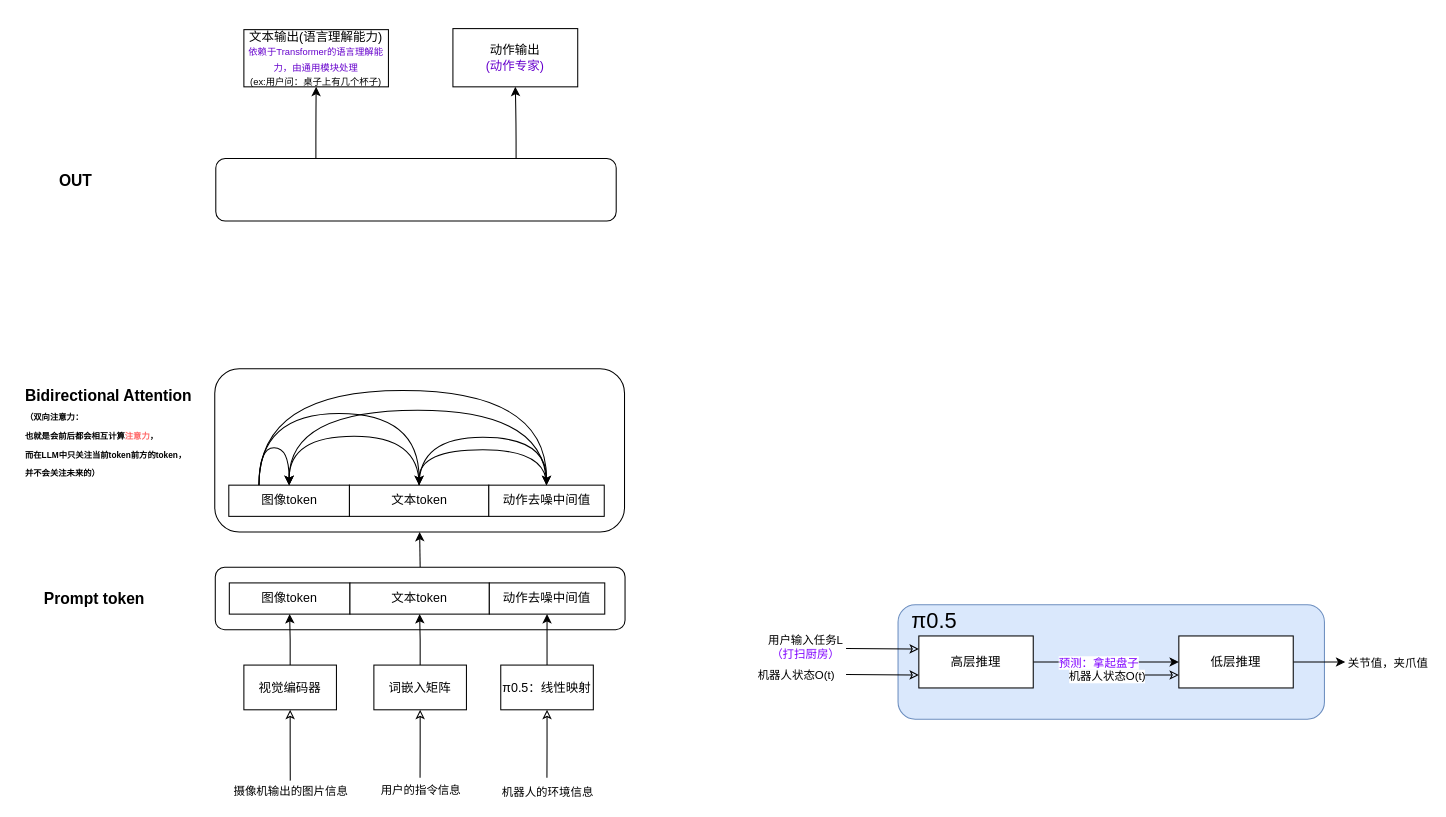
This is LLM/π0.5-a Vision-Language-Action Model with Open-World Generalization.drawio from mailonghua/drawio, a draw.io file, before an edit. Source tidied: cells renumbered, new cells numbered last; positions are measured from the earlier drawing's top-left corner, leaving out a move shared by most shapes. Both pictures are drawn from the tidied source at 104%, with x=0, y=0 at pixel (18, 28). Pictures stored in the file or linked from it are replaced by grey dashed boxes.
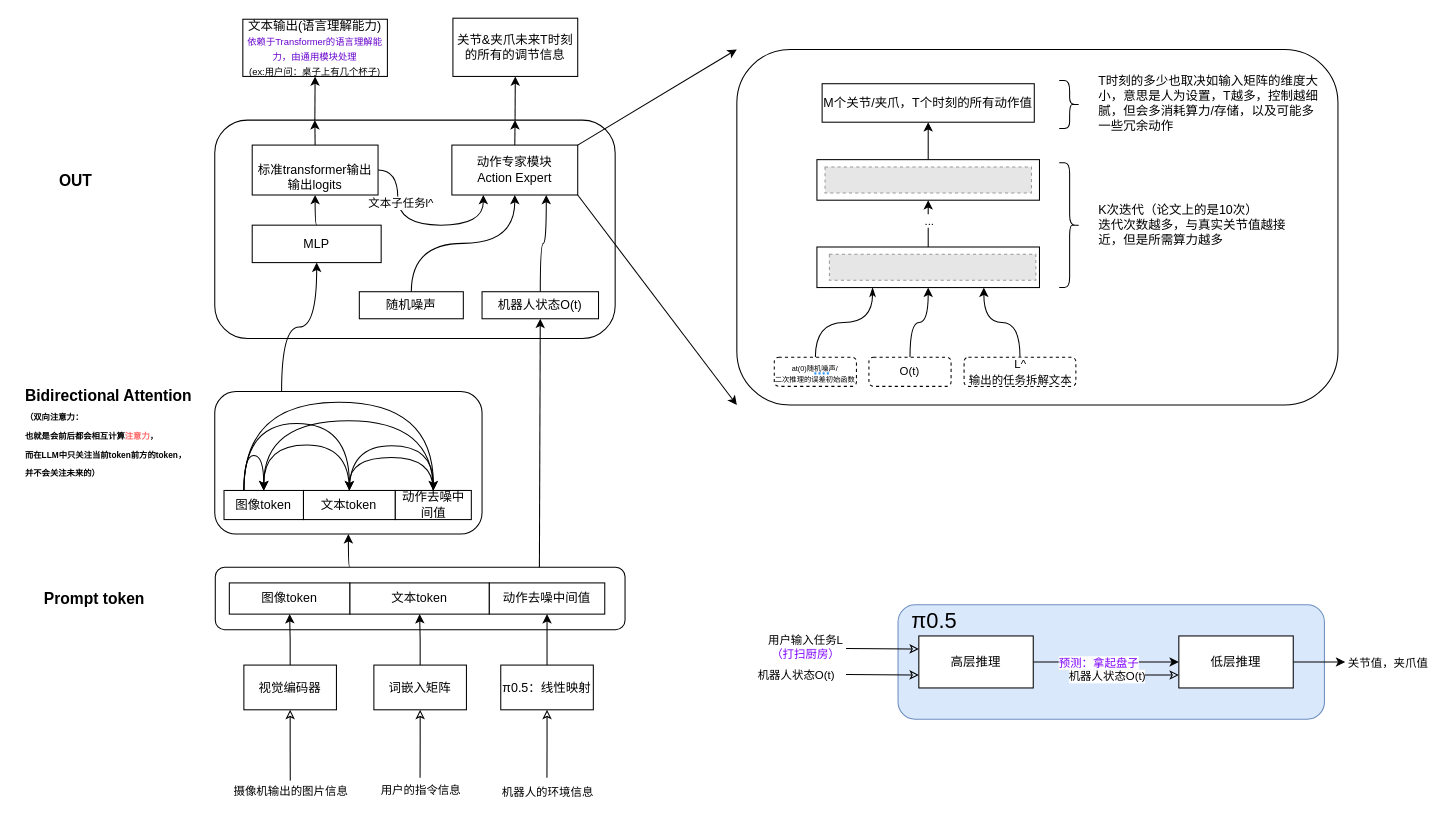
The same page after the edit.

Unchanged cells that the change refers to:
```xml
<mxCell id="3" style="rounded=1;whiteSpace=wrap;html=1;" parent="1" vertex="1">
  <mxGeometry x="189.5" y="518" width="394" height="60" as="geometry" />
</mxCell>
```

What changed in the source:
```diff
@@
+    <mxCell id="48" style="rounded=1;whiteSpace=wrap;html=1;" parent="1" vertex="1">
+      <mxGeometry x="189" y="88" width="385" height="210" as="geometry" />
+    </mxCell>
-    <mxCell id="2" style="edgeStyle=orthogonalEdgeStyle;rounded=0;jettySize=auto;html=1;exitX=0.5;exitY=0;exitDx=0;exitDy=0;entryX=0.5;entryY=1;entryDx=0;entryDy=0;" parent="1" edge="1" source="3" target="34">
+    <mxCell id="2" style="edgeStyle=orthogonalEdgeStyle;curved=1;rounded=0;jettySize=auto;html=1;exitX=0.328;exitY=0;exitDx=0;exitDy=0;entryX=0.5;entryY=1;entryDx=0;entryDy=0;exitPerimeter=0;" parent="1" edge="1" source="3" target="34">
       <mxGeometry relative="1" as="geometry" />
     </mxCell>
+    <mxCell id="52" style="edgeStyle=orthogonalEdgeStyle;curved=1;rounded=0;jettySize=auto;html=1;exitX=0.791;exitY=0.042;exitDx=0;exitDy=0;entryX=0.5;entryY=1;entryDx=0;entryDy=0;exitPerimeter=0;" parent="1" edge="1" source="3" target="64">
+      <mxGeometry relative="1" as="geometry" />
+    </mxCell>
@@
+    <mxCell id="44" value="Bidirectional Attention&lt;br&gt;&lt;font style=&quot;font-size: 8px;&quot;&gt;（双向注意力：&lt;/font&gt;&lt;div&gt;&lt;font style=&quot;font-size: 8px;&quot;&gt;也就是会前后都会相互计算&lt;font style=&quot;color: rgb(255, 102, 102);&quot;&gt;注意力&lt;/font&gt;，&lt;br&gt;而在LLM中只关注当前token前方的token，&lt;br&gt;并不会关注未来的）&lt;/font&gt;&lt;br&gt;&lt;br&gt;&lt;/div&gt;" style="text;strokeColor=none;align=left;fillColor=none;html=1;verticalAlign=middle;whiteSpace=wrap;rounded=0;fontStyle=1;fontSize=15;" parent="1" vertex="1">
+      <mxGeometry x="5" y="357" width="171" height="82" as="geometry" />
+    </mxCell>
+    <mxCell id="46" style="edgeStyle=orthogonalEdgeStyle;curved=1;rounded=0;jettySize=auto;html=1;exitX=0.25;exitY=0;exitDx=0;exitDy=0;entryX=0.5;entryY=1;entryDx=0;entryDy=0;" parent="1" edge="1" source="48" target="50">
+      <mxGeometry relative="1" as="geometry" />
+    </mxCell>
+    <mxCell id="47" style="edgeStyle=orthogonalEdgeStyle;curved=1;rounded=0;jettySize=auto;html=1;exitX=0.75;exitY=0;exitDx=0;exitDy=0;entryX=0.5;entryY=1;entryDx=0;entryDy=0;" parent="1" edge="1" source="48" target="51">
+      <mxGeometry relative="1" as="geometry" />
+    </mxCell>
+    <mxCell id="49" value="OUT" style="text;strokeColor=none;align=center;fillColor=none;html=1;verticalAlign=middle;whiteSpace=wrap;rounded=0;fontStyle=1;fontSize=15;" parent="1" vertex="1">
+      <mxGeometry y="131" width="111" height="30" as="geometry" />
+    </mxCell>
+    <mxCell id="50" value="文本输出(语言理解能力)&lt;br&gt;&lt;font style=&quot;font-size: 9px; color: rgb(102, 0, 204);&quot;&gt;依赖于Transformer的语言理解能力，由通用模块处理&lt;/font&gt;&lt;br&gt;&lt;div&gt;&lt;font style=&quot;font-size: 9px;&quot;&gt;(ex:用户问：桌子上有几个杯子)&lt;/font&gt;&lt;/div&gt;" style="rounded=0;whiteSpace=wrap;html=1;" parent="1" vertex="1">
+      <mxGeometry x="216" y="-9" width="139" height="55" as="geometry" />
+    </mxCell>
+    <mxCell id="51" value="关节&amp;amp;夹爪未来T时刻的所有的调节信息" style="rounded=0;whiteSpace=wrap;html=1;" parent="1" vertex="1">
+      <mxGeometry x="418" y="-10" width="120" height="56" as="geometry" />
+    </mxCell>
+    <mxCell id="53" style="edgeStyle=orthogonalEdgeStyle;curved=1;rounded=0;jettySize=auto;html=1;exitX=0.5;exitY=0;exitDx=0;exitDy=0;entryX=0.75;entryY=0;entryDx=0;entryDy=0;" parent="1" edge="1" source="57" target="48">
+      <mxGeometry relative="1" as="geometry" />
+    </mxCell>
+    <mxCell id="54" style="edgeStyle=orthogonalEdgeStyle;curved=1;rounded=0;jettySize=auto;html=1;startArrow=classic;startFill=1;endArrow=none;" parent="1" edge="1" source="57" target="62">
+      <mxGeometry relative="1" as="geometry" />
+    </mxCell>
+    <mxCell id="55" style="rounded=0;jettySize=auto;html=1;exitX=1;exitY=0;exitDx=0;exitDy=0;entryX=0;entryY=0;entryDx=0;entryDy=0;" parent="1" edge="1" source="57" target="70">
+      <mxGeometry relative="1" as="geometry" />
+    </mxCell>
+    <mxCell id="56" style="rounded=0;jettySize=auto;html=1;exitX=1;exitY=1;exitDx=0;exitDy=0;entryX=0;entryY=1;entryDx=0;entryDy=0;" parent="1" edge="1" source="57" target="70">
+      <mxGeometry relative="1" as="geometry" />
+    </mxCell>
+    <mxCell id="57" value="动作专家模块&lt;br&gt;Action Expert" style="rounded=0;whiteSpace=wrap;html=1;" parent="1" vertex="1">
+      <mxGeometry x="417" y="112" width="121" height="48" as="geometry" />
+    </mxCell>
+    <mxCell id="58" style="edgeStyle=orthogonalEdgeStyle;curved=1;rounded=0;jettySize=auto;html=1;exitX=0.5;exitY=0;exitDx=0;exitDy=0;entryX=0.25;entryY=0;entryDx=0;entryDy=0;" parent="1" edge="1" source="61" target="48">
+      <mxGeometry relative="1" as="geometry" />
+    </mxCell>
+    <mxCell id="59" style="edgeStyle=orthogonalEdgeStyle;curved=1;rounded=0;jettySize=auto;html=1;exitX=1;exitY=0.5;exitDx=0;exitDy=0;entryX=0.25;entryY=1;entryDx=0;entryDy=0;" parent="1" edge="1" source="61" target="57">
+      <mxGeometry relative="1" as="geometry">
+        <Array as="points">
+          <mxPoint x="365" y="136" />
+          <mxPoint x="365" y="189" />
+          <mxPoint x="447" y="189" />
+        </Array>
+      </mxGeometry>
+    </mxCell>
+    <mxCell id="60" value="文本子任务l^" style="edgeLabel;html=1;align=center;verticalAlign=middle;" parent="59" vertex="1">
+      <mxGeometry x="-0.45" y="2" relative="1" as="geometry" />
+    </mxCell>
+    <mxCell id="61" value="&lt;br&gt;标准transformer输出&lt;div&gt;输出logits&lt;/div&gt;" style="rounded=0;whiteSpace=wrap;html=1;" parent="1" vertex="1">
+      <mxGeometry x="225" y="112" width="121" height="48" as="geometry" />
+    </mxCell>
+    <mxCell id="62" value="随机噪声" style="rounded=0;whiteSpace=wrap;html=1;" parent="1" vertex="1">
+      <mxGeometry x="328" y="253" width="100" height="26" as="geometry" />
+    </mxCell>
+    <mxCell id="63" style="edgeStyle=orthogonalEdgeStyle;curved=1;rounded=0;jettySize=auto;html=1;exitX=0.5;exitY=0;exitDx=0;exitDy=0;entryX=0.75;entryY=1;entryDx=0;entryDy=0;" parent="1" edge="1" source="64" target="57">
+      <mxGeometry relative="1" as="geometry" />
+    </mxCell>
+    <mxCell id="64" value="机器人状态O(t)" style="rounded=0;whiteSpace=wrap;html=1;" parent="1" vertex="1">
+      <mxGeometry x="446" y="253" width="112" height="26" as="geometry" />
+    </mxCell>
+    <mxCell id="65" style="group;" parent="1" vertex="1">
+      <mxGeometry x="189" y="349" width="257" height="137" as="geometry" />
+    </mxCell>
-    <mxCell id="34" style="rounded=1;whiteSpace=wrap;html=1;" parent="1" vertex="1">
-      <mxGeometry x="189" y="327" width="394" height="157" as="geometry" />
+    <mxCell id="34" style="rounded=1;whiteSpace=wrap;html=1;" parent="65" vertex="1">
+      <mxGeometry width="257" height="137" as="geometry" />
     </mxCell>
-    <mxCell id="35" style="edgeStyle=orthogonalEdgeStyle;curved=1;rounded=0;jettySize=auto;html=1;exitX=0.25;exitY=0;exitDx=0;exitDy=0;entryX=0.5;entryY=0;entryDx=0;entryDy=0;" parent="1" edge="1" source="37" target="40">
+    <mxCell id="35" style="edgeStyle=orthogonalEdgeStyle;curved=1;rounded=0;jettySize=auto;html=1;exitX=0.25;exitY=0;exitDx=0;exitDy=0;entryX=0.5;entryY=0;entryDx=0;entryDy=0;" parent="65" edge="1" source="37" target="40">
       <mxGeometry relative="1" as="geometry">
         <Array as="points">
-          <mxPoint x="232" y="370" />
-          <mxPoint x="386" y="370" />
+          <mxPoint x="28.3" y="30.8" />
+          <mxPoint x="129.8" y="30.8" />
         </Array>
       </mxGeometry>
     </mxCell>
-    <mxCell id="36" style="edgeStyle=orthogonalEdgeStyle;curved=1;rounded=0;jettySize=auto;html=1;exitX=0.25;exitY=0;exitDx=0;exitDy=0;entryX=0.5;entryY=0;entryDx=0;entryDy=0;" parent="1" edge="1" source="37" target="43">
+    <mxCell id="36" style="edgeStyle=orthogonalEdgeStyle;curved=1;rounded=0;jettySize=auto;html=1;exitX=0.25;exitY=0;exitDx=0;exitDy=0;entryX=0.5;entryY=0;entryDx=0;entryDy=0;" parent="65" edge="1" source="37" target="43">
       <mxGeometry relative="1" as="geometry">
         <Array as="points">
-          <mxPoint x="232" y="348" />
-          <mxPoint x="508" y="348" />
+          <mxPoint x="28.3" y="10.3" />
+          <mxPoint x="210.2" y="10.3" />
         </Array>
       </mxGeometry>
     </mxCell>
-    <mxCell id="37" value="图像token" style="rounded=0;whiteSpace=wrap;html=1;" parent="1" vertex="1">
-      <mxGeometry x="202.5" y="439" width="116" height="30" as="geometry" />
+    <mxCell id="37" value="图像token" style="rounded=0;whiteSpace=wrap;html=1;" parent="65" vertex="1">
+      <mxGeometry x="8.9" y="95.1" width="76.4" height="28" as="geometry" />
     </mxCell>
-    <mxCell id="38" style="edgeStyle=orthogonalEdgeStyle;curved=1;rounded=0;jettySize=auto;html=1;exitX=0.5;exitY=0;exitDx=0;exitDy=0;entryX=0.5;entryY=0;entryDx=0;entryDy=0;" parent="1" edge="1" source="40" target="37">
+    <mxCell id="38" style="edgeStyle=orthogonalEdgeStyle;curved=1;rounded=0;jettySize=auto;html=1;exitX=0.5;exitY=0;exitDx=0;exitDy=0;entryX=0.5;entryY=0;entryDx=0;entryDy=0;" parent="65" edge="1" source="40" target="37">
       <mxGeometry relative="1" as="geometry">
         <Array as="points">
-          <mxPoint x="386" y="392" />
-          <mxPoint x="261" y="392" />
+          <mxPoint x="129.8" y="51.3" />
+          <mxPoint x="47.4" y="51.3" />
         </Array>
       </mxGeometry>
     </mxCell>
-    <mxCell id="39" style="edgeStyle=orthogonalEdgeStyle;curved=1;rounded=0;jettySize=auto;html=1;exitX=0.5;exitY=0;exitDx=0;exitDy=0;entryX=0.5;entryY=0;entryDx=0;entryDy=0;" parent="1" edge="1" source="40" target="43">
+    <mxCell id="39" style="edgeStyle=orthogonalEdgeStyle;curved=1;rounded=0;jettySize=auto;html=1;exitX=0.5;exitY=0;exitDx=0;exitDy=0;entryX=0.5;entryY=0;entryDx=0;entryDy=0;" parent="65" edge="1" source="40" target="43">
       <mxGeometry relative="1" as="geometry">
         <Array as="points">
-          <mxPoint x="386" y="393" />
-          <mxPoint x="508" y="393" />
+          <mxPoint x="129.8" y="52.2" />
+          <mxPoint x="210.2" y="52.2" />
         </Array>
       </mxGeometry>
     </mxCell>
-    <mxCell id="40" value="文本token" style="rounded=0;whiteSpace=wrap;html=1;" parent="1" vertex="1">
-      <mxGeometry x="318.5" y="439" width="134" height="30" as="geometry" />
+    <mxCell id="40" value="文本token" style="rounded=0;whiteSpace=wrap;html=1;" parent="65" vertex="1">
+      <mxGeometry x="85.3" y="95.1" width="88.3" height="28" as="geometry" />
     </mxCell>
-    <mxCell id="41" style="edgeStyle=orthogonalEdgeStyle;curved=1;rounded=0;jettySize=auto;html=1;exitX=0.5;exitY=0;exitDx=0;exitDy=0;entryX=0.5;entryY=0;entryDx=0;entryDy=0;" parent="1" edge="1" source="43" target="40">
+    <mxCell id="41" style="edgeStyle=orthogonalEdgeStyle;curved=1;rounded=0;jettySize=auto;html=1;exitX=0.5;exitY=0;exitDx=0;exitDy=0;entryX=0.5;entryY=0;entryDx=0;entryDy=0;" parent="65" edge="1" source="43" target="40">
       <mxGeometry relative="1" as="geometry">
         <Array as="points">
-          <mxPoint x="508" y="405" />
-          <mxPoint x="386" y="405" />
+          <mxPoint x="210.2" y="63.4" />
+          <mxPoint x="129.8" y="63.4" />
         </Array>
       </mxGeometry>
     </mxCell>
-    <mxCell id="42" style="edgeStyle=orthogonalEdgeStyle;curved=1;rounded=0;jettySize=auto;html=1;exitX=0.5;exitY=0;exitDx=0;exitDy=0;entryX=0.5;entryY=0;entryDx=0;entryDy=0;" parent="1" edge="1" source="43" target="37">
+    <mxCell id="42" style="edgeStyle=orthogonalEdgeStyle;curved=1;rounded=0;jettySize=auto;html=1;exitX=0.5;exitY=0;exitDx=0;exitDy=0;entryX=0.5;entryY=0;entryDx=0;entryDy=0;" parent="65" edge="1" source="43" target="37">
       <mxGeometry relative="1" as="geometry">
         <Array as="points">
-          <mxPoint x="508" y="367" />
-          <mxPoint x="261" y="367" />
+          <mxPoint x="210.2" y="28" />
+          <mxPoint x="47.4" y="28" />
         </Array>
       </mxGeometry>
     </mxCell>
-    <mxCell id="43" value="动作去噪中间值" style="rounded=0;whiteSpace=wrap;html=1;" parent="1" vertex="1">
-      <mxGeometry x="452.5" y="439" width="111" height="30" as="geometry" />
+    <mxCell id="43" value="动作去噪中间值" style="rounded=0;whiteSpace=wrap;html=1;" parent="65" vertex="1">
+      <mxGeometry x="173.6" y="95.1" width="73.1" height="28" as="geometry" />
     </mxCell>
-    <mxCell id="44" value="Bidirectional Attention&lt;br&gt;&lt;font style=&quot;font-size: 8px;&quot;&gt;（双向注意力：&lt;/font&gt;&lt;div&gt;&lt;font style=&quot;font-size: 8px;&quot;&gt;也就是会前后都会相互计算&lt;font style=&quot;color: rgb(255, 102, 102);&quot;&gt;注意力&lt;/font&gt;，&lt;br&gt;而在LLM中只关注当前token前方的token，&lt;br&gt;并不会关注未来的）&lt;/font&gt;&lt;br&gt;&lt;br&gt;&lt;/div&gt;" style="text;strokeColor=none;align=left;fillColor=none;html=1;verticalAlign=middle;whiteSpace=wrap;rounded=0;fontStyle=1;fontSize=15;" parent="1" vertex="1">
-      <mxGeometry x="5" y="357" width="171" height="82" as="geometry" />
-    </mxCell>
-    <mxCell id="45" style="edgeStyle=orthogonalEdgeStyle;rounded=0;orthogonalLoop=1;jettySize=auto;html=1;exitX=0.25;exitY=0;exitDx=0;exitDy=0;entryX=0.5;entryY=0;entryDx=0;entryDy=0;curved=1;" parent="1" edge="1" source="37" target="37">
+    <mxCell id="45" style="edgeStyle=orthogonalEdgeStyle;rounded=0;orthogonalLoop=1;jettySize=auto;html=1;exitX=0.25;exitY=0;exitDx=0;exitDy=0;entryX=0.5;entryY=0;entryDx=0;entryDy=0;curved=1;" parent="65" edge="1" source="37" target="37">
       <mxGeometry relative="1" as="geometry">
         <Array as="points">
-          <mxPoint x="232" y="403" />
-          <mxPoint x="261" y="403" />
+          <mxPoint x="28.3" y="61.5" />
+          <mxPoint x="47.4" y="61.5" />
         </Array>
       </mxGeometry>
     </mxCell>
-    <mxCell id="46" style="edgeStyle=orthogonalEdgeStyle;curved=1;rounded=0;jettySize=auto;html=1;exitX=0.25;exitY=0;exitDx=0;exitDy=0;entryX=0.5;entryY=1;entryDx=0;entryDy=0;" parent="1" edge="1" source="48" target="50">
-      <mxGeometry relative="1" as="geometry" />
-    </mxCell>
-    <mxCell id="47" style="edgeStyle=orthogonalEdgeStyle;curved=1;rounded=0;jettySize=auto;html=1;exitX=0.75;exitY=0;exitDx=0;exitDy=0;entryX=0.5;entryY=1;entryDx=0;entryDy=0;" parent="1" edge="1" source="48" target="51">
-      <mxGeometry relative="1" as="geometry" />
-    </mxCell>
-    <mxCell id="48" style="rounded=1;whiteSpace=wrap;html=1;" parent="1" vertex="1">
-      <mxGeometry x="190" y="125" width="385" height="60" as="geometry" />
-    </mxCell>
-    <mxCell id="49" value="OUT" style="text;strokeColor=none;align=center;fillColor=none;html=1;verticalAlign=middle;whiteSpace=wrap;rounded=0;fontStyle=1;fontSize=15;" parent="1" vertex="1">
-      <mxGeometry y="131" width="111" height="30" as="geometry" />
-    </mxCell>
-    <mxCell id="50" value="文本输出(语言理解能力)&lt;br&gt;&lt;font style=&quot;font-size: 9px; color: rgb(102, 0, 204);&quot;&gt;依赖于Transformer的语言理解能力，由通用模块处理&lt;/font&gt;&lt;br&gt;&lt;div&gt;&lt;font style=&quot;font-size: 9px;&quot;&gt;(ex:用户问：桌子上有几个杯子)&lt;/font&gt;&lt;/div&gt;" style="rounded=0;whiteSpace=wrap;html=1;" parent="1" vertex="1">
-      <mxGeometry x="217" y="1" width="139" height="55" as="geometry" />
-    </mxCell>
-    <mxCell id="51" value="动作输出&lt;div&gt;&lt;font style=&quot;color: rgb(102, 0, 204);&quot;&gt;(动作专家)&lt;/font&gt;&lt;/div&gt;" style="rounded=0;whiteSpace=wrap;html=1;" parent="1" vertex="1">
-      <mxGeometry x="418" width="120" height="56" as="geometry" />
-    </mxCell>
+    <mxCell id="66" style="edgeStyle=orthogonalEdgeStyle;curved=1;rounded=0;jettySize=auto;html=1;exitX=0.5;exitY=0;exitDx=0;exitDy=0;entryX=0.5;entryY=1;entryDx=0;entryDy=0;" parent="1" edge="1" source="67" target="61">
+      <mxGeometry relative="1" as="geometry" />
+    </mxCell>
+    <mxCell id="67" value="MLP" style="rounded=0;whiteSpace=wrap;html=1;" parent="1" vertex="1">
+      <mxGeometry x="225" y="189" width="124" height="36" as="geometry" />
+    </mxCell>
+    <mxCell id="68" style="edgeStyle=orthogonalEdgeStyle;curved=1;rounded=0;jettySize=auto;html=1;entryX=0.5;entryY=1;entryDx=0;entryDy=0;exitX=0.25;exitY=0;exitDx=0;exitDy=0;" parent="1" edge="1" source="34" target="67">
+      <mxGeometry relative="1" as="geometry" />
+    </mxCell>
+    <mxCell id="69" style="group;" parent="1" vertex="1">
+      <mxGeometry x="691" y="20" width="578" height="342" as="geometry" />
+    </mxCell>
+    <mxCell id="70" style="rounded=1;whiteSpace=wrap;html=1;" parent="69" vertex="1">
+      <mxGeometry width="578" height="342" as="geometry" />
+    </mxCell>
+    <mxCell id="71" style="edgeStyle=orthogonalEdgeStyle;curved=1;rounded=0;jettySize=auto;html=1;exitX=0.25;exitY=1;exitDx=0;exitDy=0;startArrow=classicThin;startFill=1;endArrow=none;entryX=0.5;entryY=0;entryDx=0;entryDy=0;" parent="69" edge="1" source="75" target="76">
+      <mxGeometry relative="1" as="geometry" />
+    </mxCell>
+    <mxCell id="72" style="edgeStyle=orthogonalEdgeStyle;curved=1;rounded=0;jettySize=auto;html=1;exitX=0.5;exitY=1;exitDx=0;exitDy=0;startArrow=classic;startFill=1;endArrow=none;entryX=0.5;entryY=0;entryDx=0;entryDy=0;" parent="69" edge="1" source="75" target="77">
+      <mxGeometry relative="1" as="geometry" />
+    </mxCell>
+    <mxCell id="73" style="edgeStyle=orthogonalEdgeStyle;curved=1;rounded=0;jettySize=auto;html=1;exitX=0.5;exitY=0;exitDx=0;exitDy=0;entryX=0.5;entryY=1;entryDx=0;entryDy=0;" parent="69" edge="1" source="75" target="82">
+      <mxGeometry relative="1" as="geometry" />
+    </mxCell>
+    <mxCell id="74" value="..." style="edgeLabel;html=1;align=center;verticalAlign=middle;" parent="73" vertex="1">
+      <mxGeometry x="0.15" y="-1" relative="1" as="geometry">
+        <mxPoint x="-1" as="offset" />
+      </mxGeometry>
+    </mxCell>
+    <mxCell id="75" style="rounded=0;whiteSpace=wrap;html=1;" parent="69" vertex="1">
+      <mxGeometry x="77" y="190" width="214" height="39" as="geometry" />
+    </mxCell>
+    <mxCell id="76" value="&lt;font style=&quot;font-size: 7px; text-wrap-mode: nowrap;&quot;&gt;at(0)&lt;/font&gt;&lt;span style=&quot;font-size: 7px; text-wrap-mode: nowrap; background-color: transparent; color: light-dark(rgb(0, 0, 0), rgb(255, 255, 255));&quot;&gt;随&lt;/span&gt;&lt;span style=&quot;font-size: 7px; text-wrap-mode: nowrap; background-color: transparent; color: light-dark(rgb(0, 0, 0), rgb(255, 255, 255)); cursor: pointer; border-bottom: 2px dotted rgb(51, 153, 255);&quot;&gt;机噪&lt;/span&gt;&lt;span style=&quot;font-size: 7px; text-wrap-mode: nowrap; background-color: transparent; color: light-dark(rgb(0, 0, 0), rgb(255, 255, 255));&quot;&gt;声/&lt;/span&gt;&lt;div&gt;&lt;div style=&quot;font-size: 7px; text-wrap-mode: nowrap;&quot;&gt;二次推理的误差初始函数&lt;/div&gt;&lt;/div&gt;" style="rounded=1;whiteSpace=wrap;html=1;dashed=1;" parent="69" vertex="1">
+      <mxGeometry x="36" y="296" width="79" height="28" as="geometry" />
+    </mxCell>
+    <mxCell id="77" value="&lt;span style=&quot;font-size: 11px; text-wrap-mode: nowrap; background-color: rgb(255, 255, 255);&quot;&gt;O(t)&lt;/span&gt;" style="rounded=1;whiteSpace=wrap;html=1;dashed=1;" parent="69" vertex="1">
+      <mxGeometry x="127" y="296" width="79" height="28" as="geometry" />
+    </mxCell>
+    <mxCell id="78" style="edgeStyle=orthogonalEdgeStyle;curved=1;rounded=0;jettySize=auto;html=1;exitX=0.5;exitY=0;exitDx=0;exitDy=0;entryX=0.75;entryY=1;entryDx=0;entryDy=0;" parent="69" edge="1" source="79" target="75">
+      <mxGeometry relative="1" as="geometry" />
+    </mxCell>
+    <mxCell id="79" value="&lt;span style=&quot;font-size: 11px; text-wrap-mode: nowrap; background-color: rgb(255, 255, 255);&quot;&gt;L^&lt;br&gt;输出的任务拆解文本&lt;/span&gt;" style="rounded=1;whiteSpace=wrap;html=1;dashed=1;" parent="69" vertex="1">
+      <mxGeometry x="218.5" y="296" width="107.5" height="28" as="geometry" />
+    </mxCell>
+    <mxCell id="80" style="fillColor=#E6E6E6;strokeColor=#999999;dashed=1;verticalLabelPosition=bottom;verticalAlign=top;" parent="69" vertex="1">
+      <mxGeometry x="89" y="197" width="198.5" height="25" as="geometry" />
+    </mxCell>
+    <mxCell id="81" style="edgeStyle=orthogonalEdgeStyle;curved=1;rounded=0;jettySize=auto;html=1;" parent="69" edge="1" source="82" target="86">
+      <mxGeometry relative="1" as="geometry" />
+    </mxCell>
+    <mxCell id="82" style="rounded=0;whiteSpace=wrap;html=1;" parent="69" vertex="1">
+      <mxGeometry x="77" y="106" width="214" height="39" as="geometry" />
+    </mxCell>
+    <mxCell id="83" style="fillColor=#E6E6E6;strokeColor=#999999;dashed=1;verticalLabelPosition=bottom;verticalAlign=top;" parent="69" vertex="1">
+      <mxGeometry x="84.8" y="113" width="198.5" height="25" as="geometry" />
+    </mxCell>
+    <mxCell id="84" style="shape=curlyBracket;whiteSpace=wrap;html=1;rounded=1;flipH=1;labelPosition=right;verticalLabelPosition=middle;align=left;verticalAlign=middle;" parent="69" vertex="1">
+      <mxGeometry x="310" y="109" width="20" height="120" as="geometry" />
+    </mxCell>
+    <mxCell id="85" value="K次迭代（论文上的是10次）&lt;br&gt;迭代次数越多，与真实关节值越接近，但是所需算力越多" style="text;strokeColor=none;align=left;fillColor=none;html=1;verticalAlign=middle;whiteSpace=wrap;rounded=0;" parent="69" vertex="1">
+      <mxGeometry x="346" y="143" width="185" height="52" as="geometry" />
+    </mxCell>
+    <mxCell id="86" value="M个关节/夹爪，T个时刻的所有动作值" style="whiteSpace=wrap;html=1;rounded=0;" parent="69" vertex="1">
+      <mxGeometry x="82" y="33" width="204" height="37" as="geometry" />
+    </mxCell>
+    <mxCell id="87" value="T时刻的多少也取决如输入矩阵的维度大小，意思是人为设置，T越多，控制越细腻，但会多消耗算力/存储，以及可能多一些冗余动作" style="text;strokeColor=none;align=left;fillColor=none;html=1;verticalAlign=middle;whiteSpace=wrap;rounded=0;" parent="69" vertex="1">
+      <mxGeometry x="346" y="25.5" width="220" height="52" as="geometry" />
+    </mxCell>
+    <mxCell id="88" style="shape=curlyBracket;whiteSpace=wrap;html=1;rounded=1;flipH=1;labelPosition=right;verticalLabelPosition=middle;align=left;verticalAlign=middle;" parent="69" vertex="1">
+      <mxGeometry x="310" y="30" width="20" height="46" as="geometry" />
+    </mxCell>
```
